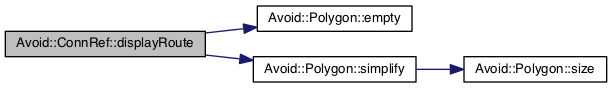
Before: documentation/classAvoid_1_1ConnRef_ab7462cd69bd1d2c4dd318119558b4a94_cgraph.png, a diagram exported from Graphviz (mjwybrow/adaptagrams). Its source is kept beside it as documentation/classAvoid_1_1ConnRef_ab7462cd69bd1d2c4dd318119558b4a94_cgraph.dot. The source it was exported from:
```dot
digraph "Avoid::ConnRef::displayRoute"
{
  edge [fontname="Helvetica",fontsize="10",labelfontname="Helvetica",labelfontsize="10"];
  node [fontname="Helvetica",fontsize="10",shape=record];
  rankdir="LR";
  Node1 [label="Avoid::ConnRef::displayRoute",height=0.2,width=0.4,color="black", fillcolor="grey75", style="filled", fontcolor="black"];
  Node1 -> Node2 [color="midnightblue",fontsize="10",style="solid",fontname="Helvetica"];
  Node2 [label="Avoid::Polygon::empty",height=0.2,width=0.4,color="black", fillcolor="white", style="filled",URL="$classAvoid_1_1Polygon.html#a972b0d1e8116907610b4a52973b255f4",tooltip="Returns true if this polygon is empty. "];
  Node1 -> Node3 [color="midnightblue",fontsize="10",style="solid",fontname="Helvetica"];
  Node3 [label="Avoid::Polygon::simplify",height=0.2,width=0.4,color="black", fillcolor="white", style="filled",URL="$classAvoid_1_1Polygon.html#a92f6c7f6bd7c144d408fe18a1b711bf3",tooltip="Returns a simplified Polyline, where all collinear line segments have been collapsed down into single..."];
  Node3 -> Node4 [color="midnightblue",fontsize="10",style="solid",fontname="Helvetica"];
  Node4 [label="Avoid::Polygon::size",height=0.2,width=0.4,color="black", fillcolor="white", style="filled",URL="$classAvoid_1_1Polygon.html#a58c011bded47396fb1bbda2c1eeb9552",tooltip="Returns the number of points in this polygon. "];
}
```
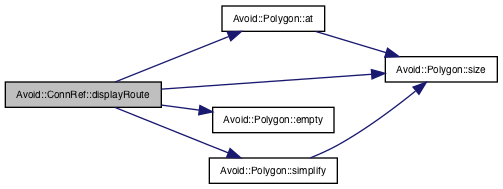
The same diagram one commit later.

The edit, as a diff of the source:
```diff
@@ -3,11 +3,15 @@
   edge [fontname="Helvetica",fontsize="10",labelfontname="Helvetica",labelfontsize="10"];
   node [fontname="Helvetica",fontsize="10",shape=record];
   rankdir="LR";
-  Node1 [label="Avoid::ConnRef::displayRoute",height=0.2,width=0.4,color="black", fillcolor="grey75", style="filled", fontcolor="black"];
-  Node1 -> Node2 [color="midnightblue",fontsize="10",style="solid",fontname="Helvetica"];
-  Node2 [label="Avoid::Polygon::empty",height=0.2,width=0.4,color="black", fillcolor="white", style="filled",URL="$classAvoid_1_1Polygon.html#a972b0d1e8116907610b4a52973b255f4",tooltip="Returns true if this polygon is empty. "];
-  Node1 -> Node3 [color="midnightblue",fontsize="10",style="solid",fontname="Helvetica"];
-  Node3 [label="Avoid::Polygon::simplify",height=0.2,width=0.4,color="black", fillcolor="white", style="filled",URL="$classAvoid_1_1Polygon.html#a92f6c7f6bd7c144d408fe18a1b711bf3",tooltip="Returns a simplified Polyline, where all collinear line segments have been collapsed down into single..."];
-  Node3 -> Node4 [color="midnightblue",fontsize="10",style="solid",fontname="Helvetica"];
-  Node4 [label="Avoid::Polygon::size",height=0.2,width=0.4,color="black", fillcolor="white", style="filled",URL="$classAvoid_1_1Polygon.html#a58c011bded47396fb1bbda2c1eeb9552",tooltip="Returns the number of points in this polygon. "];
+  Node12 [label="Avoid::ConnRef::displayRoute",height=0.2,width=0.4,color="black", fillcolor="grey75", style="filled", fontcolor="black"];
+  Node12 -> Node13 [color="midnightblue",fontsize="10",style="solid",fontname="Helvetica"];
+  Node13 [label="Avoid::Polygon::at",height=0.2,width=0.4,color="black", fillcolor="white", style="filled",URL="$classAvoid_1_1Polygon.html#ab2772d0cf1d0aad817a9814e20fce5ab",tooltip="Returns a specific point in the polygon. "];
+  Node13 -> Node14 [color="midnightblue",fontsize="10",style="solid",fontname="Helvetica"];
+  Node14 [label="Avoid::Polygon::size",height=0.2,width=0.4,color="black", fillcolor="white", style="filled",URL="$classAvoid_1_1Polygon.html#a2f9e9c8c78407eefbde944e663d9711e",tooltip="Returns the number of points in this polygon. "];
+  Node12 -> Node15 [color="midnightblue",fontsize="10",style="solid",fontname="Helvetica"];
+  Node15 [label="Avoid::Polygon::empty",height=0.2,width=0.4,color="black", fillcolor="white", style="filled",URL="$classAvoid_1_1Polygon.html#a477d0e8e93509d7955d1f4b4ca0abb0d",tooltip="Returns true if this polygon is empty. "];
+  Node12 -> Node16 [color="midnightblue",fontsize="10",style="solid",fontname="Helvetica"];
+  Node16 [label="Avoid::Polygon::simplify",height=0.2,width=0.4,color="black", fillcolor="white", style="filled",URL="$classAvoid_1_1Polygon.html#a2d3a0deb96bbff214b7035e481f0f0e8",tooltip="Returns a simplified Polyline, where all collinear line segments have been collapsed down into single..."];
+  Node16 -> Node14 [color="midnightblue",fontsize="10",style="solid",fontname="Helvetica"];
+  Node12 -> Node14 [color="midnightblue",fontsize="10",style="solid",fontname="Helvetica"];
 }
```
